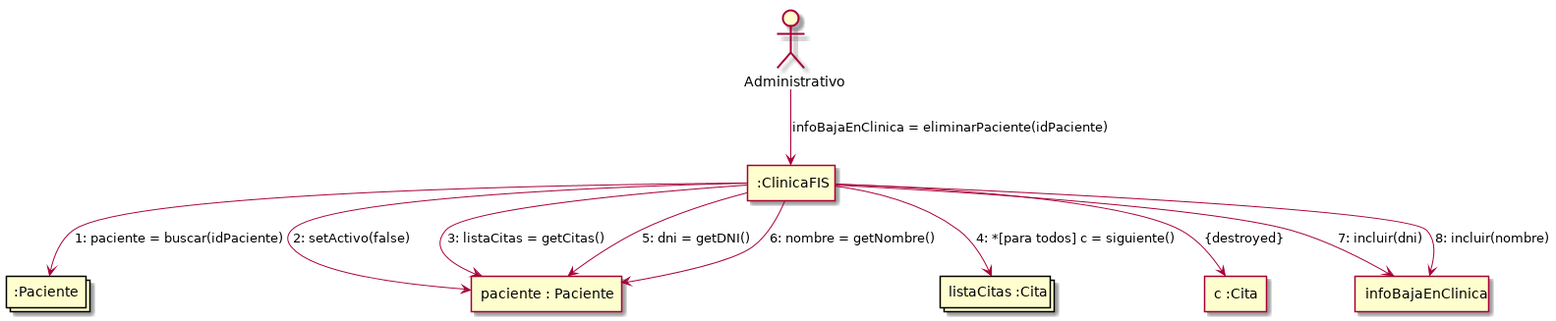
Earlier version of the PlantUML export P4/eliminarPaciente.png (Ludvins/DGIIM_FIS). Its diagram source:
```plantuml
@startuml
!pragma teoz true



actor Administrativo as admin

agent ":ClinicaFIS" as clinica
collections ":Paciente" as Paciente
agent "paciente : Paciente" as paciente
collections "listaCitas :Cita" as listaCitas
agent "c :Cita" as c
agent "infoBajaEnClinica" as info

admin --> clinica : infoBajaEnClinica = eliminarPaciente(idPaciente)
clinica --> Paciente : 1: paciente = buscar(idPaciente)
clinica --> paciente : 2: setActivo(false)
clinica --> paciente : 3: listaCitas = getCitas()
clinica --> listaCitas : 4: *[para todos] c = siguiente()
clinica --> c : {destroyed}
clinica --> paciente : 5: dni = getDNI()
clinica --> paciente : 6: nombre = getNombre()
clinica --> info : 7: incluir(dni)
clinica --> info : 8: incluir(nombre)


@enduml
```
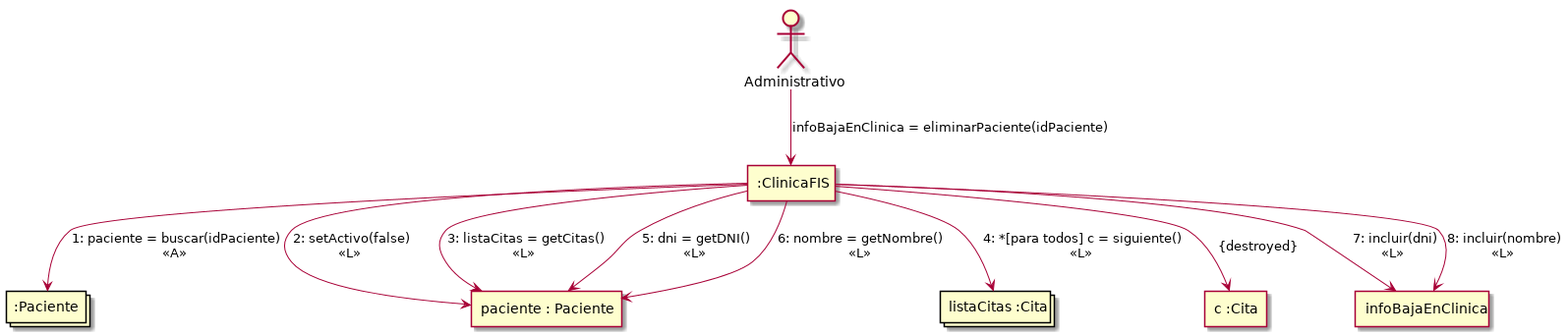
Above is the later version.

Commit message:
Añade asociaciones en eliminarPaciente

Diff of the diagram source:
```diff
@@ -13,15 +13,15 @@
 agent "infoBajaEnClinica" as info
 
 admin --> clinica : infoBajaEnClinica = eliminarPaciente(idPaciente)
-clinica --> Paciente : 1: paciente = buscar(idPaciente)
-clinica --> paciente : 2: setActivo(false)
-clinica --> paciente : 3: listaCitas = getCitas()
-clinica --> listaCitas : 4: *[para todos] c = siguiente()
+clinica --> Paciente : 1: paciente = buscar(idPaciente)\n<<A>>
+clinica --> paciente : 2: setActivo(false)\n<<L>>
+clinica --> paciente : 3: listaCitas = getCitas()\n<<L>>
+clinica --> listaCitas : 4: *[para todos] c = siguiente()\n<<L>>
 clinica --> c : {destroyed}
-clinica --> paciente : 5: dni = getDNI()
-clinica --> paciente : 6: nombre = getNombre()
-clinica --> info : 7: incluir(dni)
-clinica --> info : 8: incluir(nombre)
+clinica --> paciente : 5: dni = getDNI()\n<<L>>
+clinica --> paciente : 6: nombre = getNombre()\n<<L>>
+clinica --> info : 7: incluir(dni)\n<<L>>
+clinica --> info : 8: incluir(nombre)\n<<L>>
 
 
 @enduml
```
